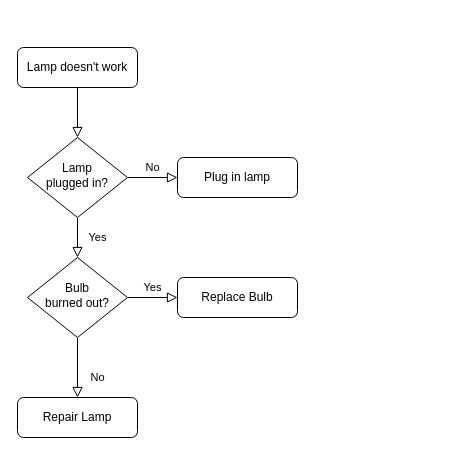
The draw.io diagram EHS Methodology.drawio in babirye21/Diss24, before the edit. Source tidied: cells renumbered, new cells numbered last; positions are measured from the earlier drawing's top-left corner, leaving out a move shared by most shapes. Both pictures are drawn from the tidied source at 100%, with x=0, y=0 at pixel (17, 47).
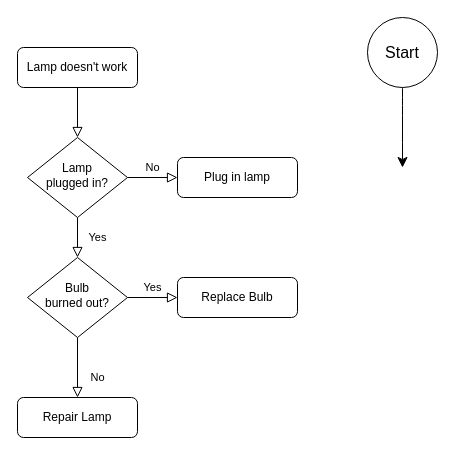
The same diagram, later.

What changed in the source:
```diff
@@
 <mxGraphModel>
   <root>
     <mxCell id="0" />
     <mxCell id="1" parent="0" />
     <mxCell id="2" style="rounded=0;html=1;jettySize=auto;fontSize=11;endArrow=block;endFill=0;endSize=8;strokeWidth=1;shadow=0;labelBackgroundColor=none;edgeStyle=orthogonalEdgeStyle;" parent="1" edge="1" source="3" target="6">
       <mxGeometry relative="1" as="geometry" />
     </mxCell>
     <mxCell id="3" value="Lamp doesn't work" style="rounded=1;whiteSpace=wrap;html=1;fontSize=12;glass=0;strokeWidth=1;shadow=0;" parent="1" vertex="1">
       <mxGeometry width="120" height="40" as="geometry" />
     </mxCell>
     <mxCell id="4" value="Yes" style="rounded=0;html=1;jettySize=auto;fontSize=11;endArrow=block;endFill=0;endSize=8;strokeWidth=1;shadow=0;labelBackgroundColor=none;edgeStyle=orthogonalEdgeStyle;" parent="1" edge="1" source="6" target="10">
       <mxGeometry y="20" relative="1" as="geometry" />
     </mxCell>
     <mxCell id="5" value="No" style="edgeStyle=orthogonalEdgeStyle;rounded=0;html=1;jettySize=auto;fontSize=11;endArrow=block;endFill=0;endSize=8;strokeWidth=1;shadow=0;labelBackgroundColor=none;" parent="1" edge="1" source="6" target="7">
       <mxGeometry y="10" relative="1" as="geometry" />
     </mxCell>
     <mxCell id="6" value="Lamp&lt;br&gt;plugged in?" style="rhombus;whiteSpace=wrap;html=1;shadow=0;fontFamily=Helvetica;fontSize=12;align=center;strokeWidth=1;spacing=6;spacingTop=-4;" parent="1" vertex="1">
       <mxGeometry x="10" y="90" width="100" height="80" as="geometry" />
     </mxCell>
     <mxCell id="7" value="Plug in lamp" style="rounded=1;whiteSpace=wrap;html=1;fontSize=12;glass=0;strokeWidth=1;shadow=0;" parent="1" vertex="1">
       <mxGeometry x="160" y="110" width="120" height="40" as="geometry" />
     </mxCell>
     <mxCell id="8" value="No" style="rounded=0;html=1;jettySize=auto;fontSize=11;endArrow=block;endFill=0;endSize=8;strokeWidth=1;shadow=0;labelBackgroundColor=none;edgeStyle=orthogonalEdgeStyle;" parent="1" edge="1" source="10" target="11">
       <mxGeometry x="0.33" y="20" relative="1" as="geometry" />
     </mxCell>
     <mxCell id="9" value="Yes" style="edgeStyle=orthogonalEdgeStyle;rounded=0;html=1;jettySize=auto;fontSize=11;endArrow=block;endFill=0;endSize=8;strokeWidth=1;shadow=0;labelBackgroundColor=none;" parent="1" edge="1" source="10" target="12">
       <mxGeometry y="10" relative="1" as="geometry" />
     </mxCell>
     <mxCell id="10" value="Bulb&lt;br&gt;burned out?" style="rhombus;whiteSpace=wrap;html=1;shadow=0;fontFamily=Helvetica;fontSize=12;align=center;strokeWidth=1;spacing=6;spacingTop=-4;" parent="1" vertex="1">
       <mxGeometry x="10" y="210" width="100" height="80" as="geometry" />
     </mxCell>
     <mxCell id="11" value="Repair Lamp" style="rounded=1;whiteSpace=wrap;html=1;fontSize=12;glass=0;strokeWidth=1;shadow=0;" parent="1" vertex="1">
       <mxGeometry y="350" width="120" height="40" as="geometry" />
     </mxCell>
     <mxCell id="12" value="Replace Bulb" style="rounded=1;whiteSpace=wrap;html=1;fontSize=12;glass=0;strokeWidth=1;shadow=0;" parent="1" vertex="1">
       <mxGeometry x="160" y="230" width="120" height="40" as="geometry" />
     </mxCell>
+    <mxCell id="13" style="ellipse;whiteSpace=wrap;html=1;fontSize=16;" parent="1" vertex="1">
+      <mxGeometry x="350" y="-30" width="70" height="70" as="geometry" />
+    </mxCell>
+    <mxCell id="14" value="Start" style="text;strokeColor=none;fillColor=none;html=1;align=center;verticalAlign=middle;whiteSpace=wrap;rounded=0;fontSize=16;" parent="1" vertex="1">
+      <mxGeometry x="366.9" y="-12.5" width="36.2" height="35" as="geometry" />
+    </mxCell>
+    <mxCell id="15" style="edgeStyle=none;jettySize=auto;html=1;rounded=0;fontSize=12;startSize=8;endSize=8;curved=1;exitX=0.5;exitY=1;exitDx=0;exitDy=0;" parent="1" edge="1" source="13">
+      <mxGeometry relative="1" as="geometry">
+        <mxPoint x="385" y="120" as="targetPoint" />
+      </mxGeometry>
+    </mxCell>
   </root>
 </mxGraphModel>
```
